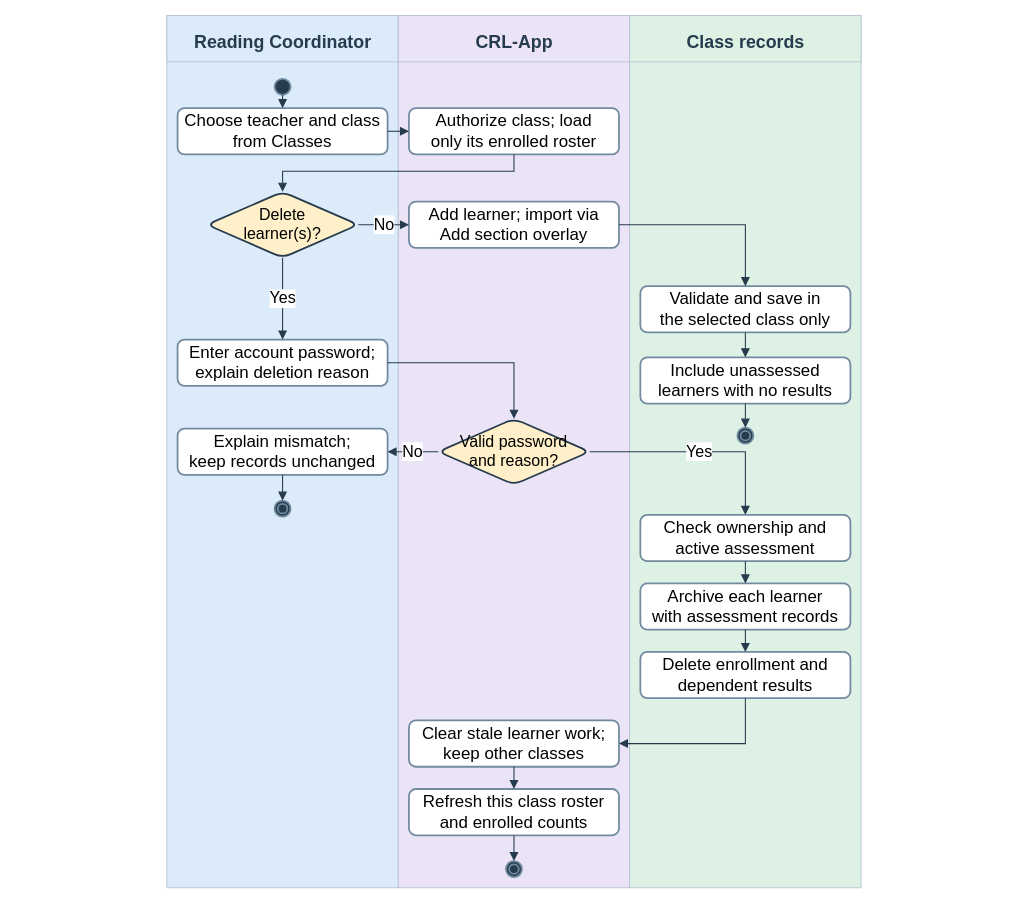
This is docs/diagrams/class-workspaces/figure-15b-learner-management.drawio from AkuSayangKamuJudaSayang/crl-app, a draw.io file, before an edit. Source tidied: cells renumbered, new cells numbered last; positions are measured from the earlier drawing's top-left corner, leaving out a move shared by most shapes. Both pictures are drawn from the tidied source at 89%, with x=0, y=0 at pixel (15, 15).
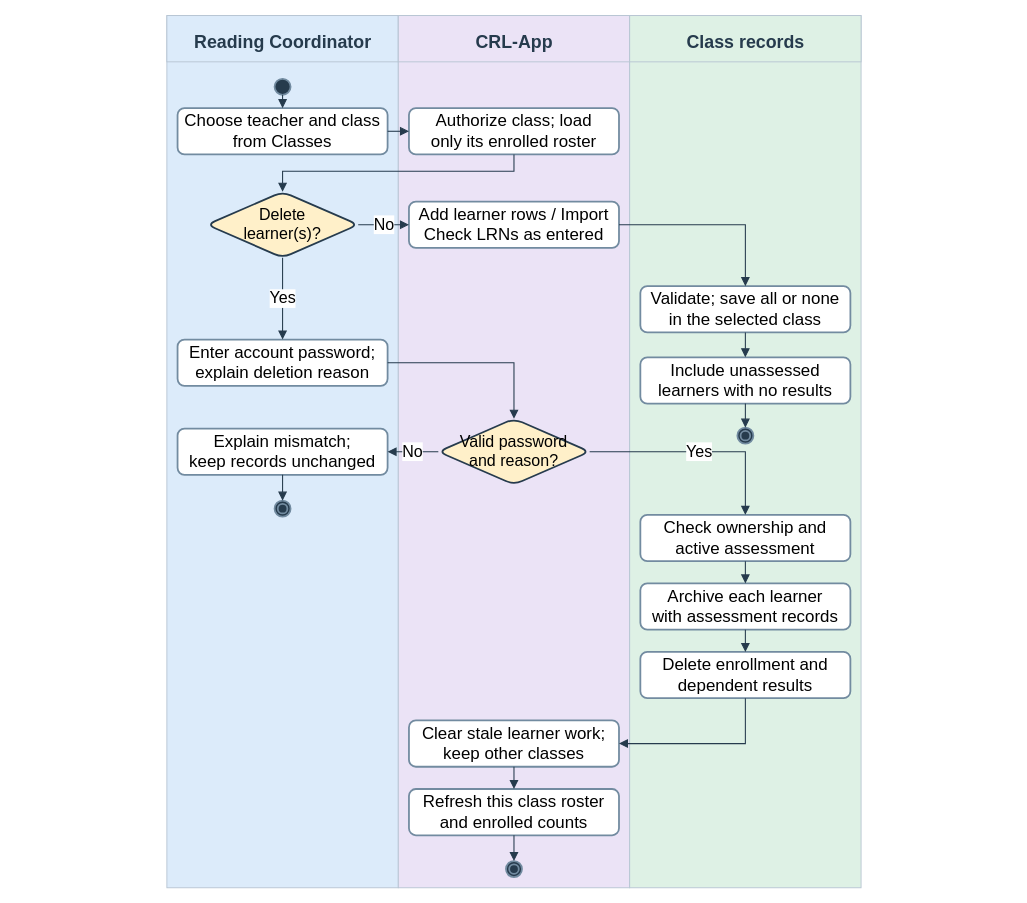
After the change.

Change to the diagram source:
```diff
@@
-    <mxCell id="15" value="Add learner; import via&lt;br&gt;Add section overlay" style="rounded=1;whiteSpace=wrap;html=1;fontFamily=Arial;fillColor=#ffffff;strokeColor=#728ba0;strokeWidth=2;fontSize=19;" parent="1" vertex="1">
+    <mxCell id="15" value="Add learner rows / Import&lt;br&gt;Check LRNs as entered" style="rounded=1;whiteSpace=wrap;html=1;fontFamily=Arial;fillColor=#ffffff;strokeColor=#728ba0;strokeWidth=2;fontSize=19;" parent="1" vertex="1">
       <mxGeometry x="442" y="209" width="236" height="52" as="geometry" />
     </mxCell>
-    <mxCell id="16" value="Validate and save in&lt;br&gt;the selected class only" style="rounded=1;whiteSpace=wrap;html=1;fontFamily=Arial;fillColor=#ffffff;strokeColor=#728ba0;strokeWidth=2;fontSize=19;" parent="1" vertex="1">
+    <mxCell id="16" value="Validate; save all or none&lt;br&gt;in the selected class" style="rounded=1;whiteSpace=wrap;html=1;fontFamily=Arial;fillColor=#ffffff;strokeColor=#728ba0;strokeWidth=2;fontSize=19;" parent="1" vertex="1">
       <mxGeometry x="702" y="304" width="236" height="52" as="geometry" />
     </mxCell>
```
